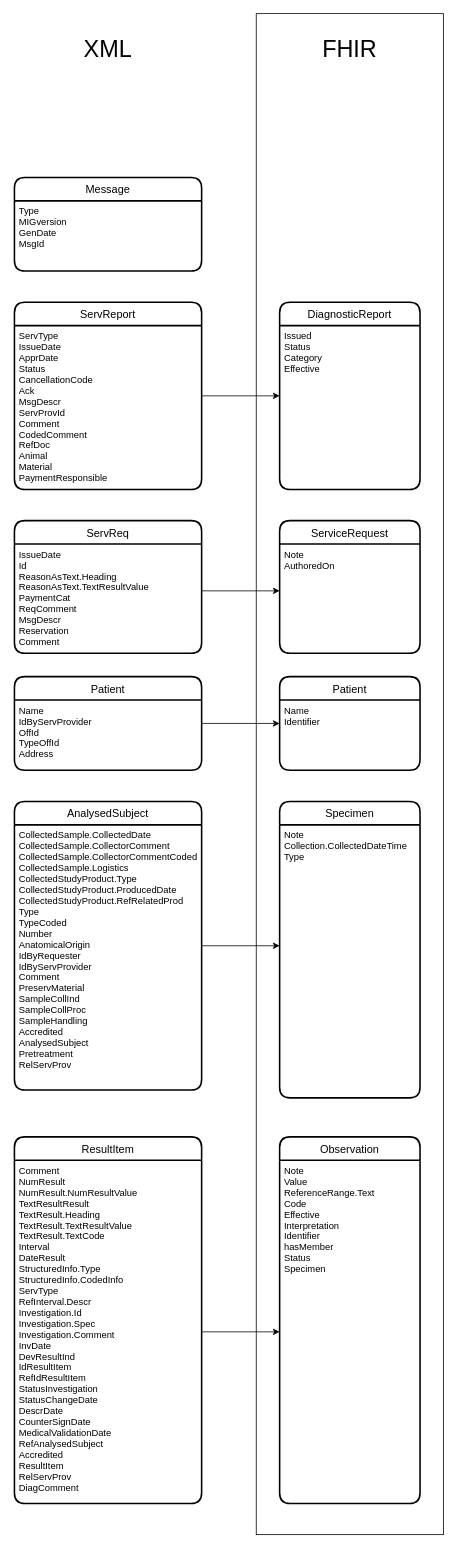
This is Visual mapping.drawio from HL7Norway/NILAR, a draw.io file, before an edit. Source tidied: cells renumbered, new cells numbered last; positions are measured from the earlier drawing's top-left corner, leaving out a move shared by most shapes. Both pictures are drawn from the tidied source at 78%, with x=0, y=0 at pixel (14, 13).
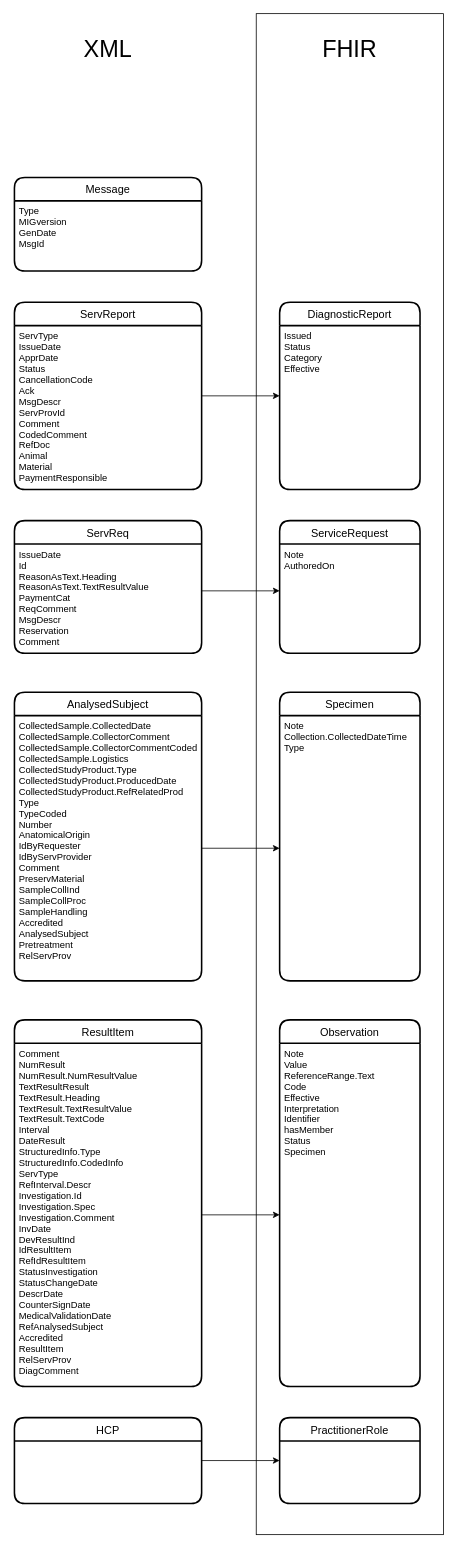
The same page after the edit.

Unchanged cells that the change refers to:
```xml
<mxCell id="22" value="Comment&#10;NumResult&#10;NumResult.NumResultValue&#10;TextResultResult&#10;TextResult.Heading&#10;TextResult.TextResultValue&#10;TextResult.TextCode&#10;Interval&#10;DateResult&#10;StructuredInfo.Type&#10;StructuredInfo.CodedInfo&#10;ServType&#10;RefInterval.Descr&#10;Investigation.Id&#10;Investigation.Spec&#10;Investigation.Comment&#10;InvDate&#10;DevResultInd&#10;IdResultItem&#10;RefIdResultItem&#10;StatusInvestigation&#10;StatusChangeDate&#10;DescrDate&#10;CounterSignDate&#10;MedicalValidationDate&#10;RefAnalysedSubject&#10;Accredited&#10;ResultItem&#10;RelServProv&#10;DiagComment" style="align=left;strokeColor=none;fillColor=none;spacingLeft=4;fontSize=12;verticalAlign=top;" parent="21" vertex="1">
  <mxGeometry y="30" width="240" height="440" as="geometry" />
</mxCell>
<mxCell id="24" value="Note&#10;Value&#10;ReferenceRange.Text&#10;Code&#10;Effective&#10;Interpretation&#10;Identifier&#10;hasMember&#10;Status&#10;Specimen&#10;" style="align=left;strokeColor=none;fillColor=none;spacingLeft=4;fontSize=12;verticalAlign=top;" parent="23" vertex="1">
  <mxGeometry y="30" width="180" height="440" as="geometry" />
</mxCell>
```

The edit, as a diff of the source:
```diff
@@
-    <mxCell id="13" value="Patient" style="swimlane;horizontal=1;startSize=30;rounded=1;fontSize=14;fontStyle=0;strokeWidth=2;shadow=0;dashed=0;align=center;" parent="1" vertex="1">
-      <mxGeometry y="850" width="240" height="120" as="geometry" />
-    </mxCell>
-    <mxCell id="14" value="Name&#10;IdByServProvider&#10;OffId&#10;TypeOffId&#10;Address" style="align=left;strokeColor=none;fillColor=none;spacingLeft=4;fontSize=12;verticalAlign=top;" parent="13" vertex="1">
-      <mxGeometry y="30" width="240" height="90" as="geometry" />
-    </mxCell>
-    <mxCell id="15" value="Patient" style="swimlane;horizontal=1;startSize=30;rounded=1;fontSize=14;fontStyle=0;strokeWidth=2;shadow=0;dashed=0;align=center;" parent="1" vertex="1">
-      <mxGeometry x="340" y="850" width="180" height="120" as="geometry" />
-    </mxCell>
-    <mxCell id="16" value="Name&#10;Identifier&#10;" style="align=left;strokeColor=none;fillColor=none;spacingLeft=4;fontSize=12;verticalAlign=top;" parent="15" vertex="1">
-      <mxGeometry y="30" width="180" height="90" as="geometry" />
-    </mxCell>
     <mxCell id="17" value="AnalysedSubject" style="swimlane;horizontal=1;startSize=30;rounded=1;fontSize=14;fontStyle=0;strokeWidth=2;shadow=0;dashed=0;align=center;" parent="1" vertex="1">
-      <mxGeometry y="1010" width="240" height="370" as="geometry" />
+      <mxGeometry y="870" width="240" height="370" as="geometry" />
     </mxCell>
@@
     <mxCell id="19" value="Specimen" style="swimlane;horizontal=1;startSize=30;rounded=1;fontSize=14;fontStyle=0;strokeWidth=2;shadow=0;dashed=0;align=center;" parent="1" vertex="1">
-      <mxGeometry x="340" y="1010" width="180" height="380" as="geometry" />
+      <mxGeometry x="340" y="870" width="180" height="370" as="geometry" />
     </mxCell>
     <mxCell id="20" value="Note&#10;Collection.CollectedDateTime&#10;Type&#10;" style="align=left;strokeColor=none;fillColor=none;spacingLeft=4;fontSize=12;verticalAlign=top;" parent="19" vertex="1">
-      <mxGeometry y="30" width="180" height="350" as="geometry" />
+      <mxGeometry y="30" width="180" height="340" as="geometry" />
     </mxCell>
     <mxCell id="21" value="ResultItem" style="swimlane;horizontal=1;startSize=30;rounded=1;fontSize=14;fontStyle=0;strokeWidth=2;shadow=0;dashed=0;align=center;" parent="1" vertex="1">
-      <mxGeometry y="1440" width="240" height="470" as="geometry" />
+      <mxGeometry y="1290" width="240" height="470" as="geometry" />
     </mxCell>
@@
     <mxCell id="23" value="Observation" style="swimlane;horizontal=1;startSize=30;rounded=1;fontSize=14;fontStyle=0;strokeWidth=2;shadow=0;dashed=0;align=center;" parent="1" vertex="1">
-      <mxGeometry x="340" y="1440" width="180" height="470" as="geometry" />
+      <mxGeometry x="340" y="1290" width="180" height="470" as="geometry" />
     </mxCell>
@@
-    <mxCell id="27" style="endArrow=classic;html=1;rounded=0;" parent="1" edge="1">
-      <mxGeometry relative="1" as="geometry">
-        <mxPoint x="240" y="910" as="sourcePoint" />
-        <mxPoint x="340" y="910" as="targetPoint" />
-      </mxGeometry>
-    </mxCell>
-    <mxCell id="28" style="endArrow=classic;html=1;rounded=0;" parent="1" edge="1">
+    <mxCell id="28" style="endArrow=classic;html=1;rounded=0;entryX=0;entryY=0.5;entryDx=0;entryDy=0;" parent="1" edge="1" target="20">
       <mxGeometry relative="1" as="geometry">
-        <mxPoint x="240" y="1195" as="sourcePoint" />
-        <mxPoint x="340" y="1195" as="targetPoint" />
+        <mxPoint x="240" y="1070" as="sourcePoint" />
       </mxGeometry>
     </mxCell>
-    <mxCell id="29" style="endArrow=classic;html=1;rounded=0;" parent="1" edge="1">
-      <mxGeometry relative="1" as="geometry">
-        <mxPoint x="240" y="1690" as="sourcePoint" />
-        <mxPoint x="340" y="1690" as="targetPoint" />
-      </mxGeometry>
+    <mxCell id="29" style="endArrow=classic;html=1;rounded=0;entryX=0;entryY=0.5;entryDx=0;entryDy=0;exitX=1;exitY=0.5;exitDx=0;exitDy=0;" parent="1" edge="1" source="22" target="24">
+      <mxGeometry relative="1" as="geometry" />
     </mxCell>
@@
+    <mxCell id="32" value="HCP" style="swimlane;horizontal=1;startSize=30;rounded=1;fontSize=14;fontStyle=0;strokeWidth=2;shadow=0;dashed=0;align=center;" parent="1" vertex="1">
+      <mxGeometry y="1800" width="240" height="110" as="geometry" />
+    </mxCell>
+    <mxCell id="33" value="PractitionerRole" style="swimlane;horizontal=1;startSize=30;rounded=1;fontSize=14;fontStyle=0;strokeWidth=2;shadow=0;dashed=0;align=center;" parent="1" vertex="1">
+      <mxGeometry x="340" y="1800" width="180" height="110" as="geometry" />
+    </mxCell>
+    <mxCell id="34" style="endArrow=classic;html=1;rounded=0;entryX=0;entryY=0.5;entryDx=0;entryDy=0;exitX=1;exitY=0.5;exitDx=0;exitDy=0;" parent="1" edge="1" source="32" target="33">
+      <mxGeometry relative="1" as="geometry" />
+    </mxCell>
```
